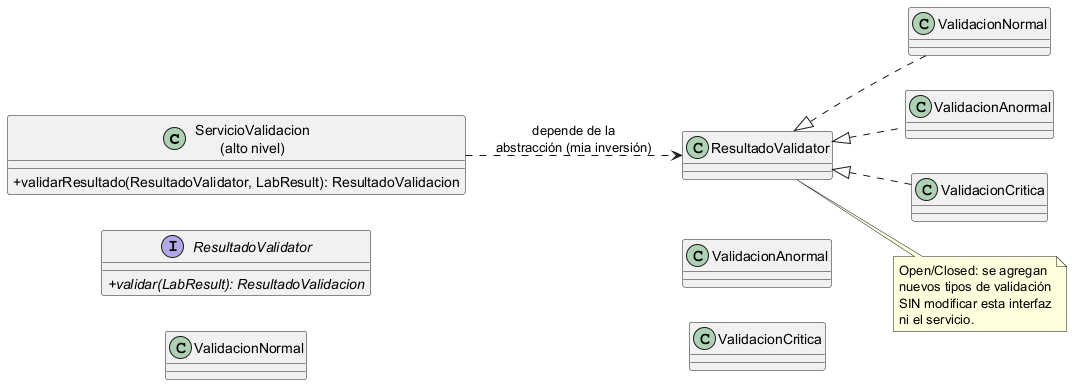
The PlantUML diagram docs/module-20/solid-open-closed.png in billybc/4-shi-medicos-especialidades-disponibilidad, before a commit. Source of this version:
```plantuml
@startuml
left to right direction
skinparam classAttributeIconSize 0

class "ServicioValidacion\n(alto nivel)" as Servicio {
  + validarResultado(ResultadoValidator, LabResult): ResultadoValidacion
}

interface "ResultadoValidator" as IValidator {
  + {abstract} validar(LabResult): ResultadoValidacion
}

class "ValidacionNormal" as Normal
class "ValidacionAnormal" as Anormal
class "ValidacionCritica" as Critica

Servicio ..> ResultadoValidator : depende de la\nabstracción (mia inversión)
ResultadoValidator <|.. ValidacionNormal
ResultadoValidator <|.. ValidacionAnormal
ResultadoValidator <|.. ValidacionCritica

note right of ResultadoValidator
  Open/Closed: se agregan
  nuevos tipos de validación
  SIN modificar esta interfaz
  ni el servicio.
end note
@enduml
```
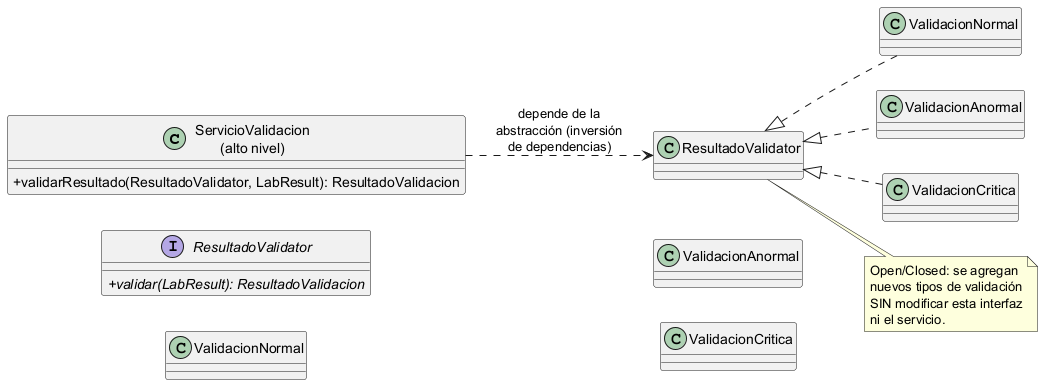
Later version of the same file.

Commit message:
docs(module-20): correct requirements to match lab_results model and fix SOLID diagram annotation (engineering review)

Change to the diagram source:
```diff
@@ -14,7 +14,7 @@
 class "ValidacionAnormal" as Anormal
 class "ValidacionCritica" as Critica
 
-Servicio ..> ResultadoValidator : depende de la\nabstracción (mia inversión)
+Servicio ..> ResultadoValidator : depende de la\nabstracción (inversión\nde dependencias)
 ResultadoValidator <|.. ValidacionNormal
 ResultadoValidator <|.. ValidacionAnormal
 ResultadoValidator <|.. ValidacionCritica
```
